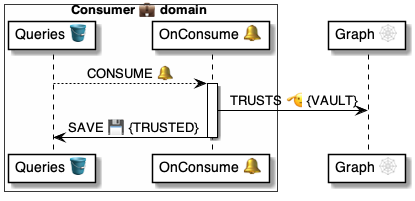
This is 4 ⚙️ Solution/41 🎭 Domain Roles/Consumers 💼/💼🪣 Consumer tables/Queries 🗄️ table/🪣🧱 21 Consume 🔔 event/💼 OnQueryConsume ⚙️ uml.png from pollyweb-org/pollyweb-docs, a PlantUML export, as it was before one commit. Its source is kept beside it as 4 ⚙️ Solution/41 🎭 Domain Roles/Consumers 💼/💼🪣 Consumer tables/Queries 🗄️ table/🪣🧱 21 Consume 🔔 event/💼 OnQueryConsume ⚙️ uml.puml. The source it was exported from:
```plantuml
@startuml OnQueryConsume

box Consumer 💼 domain #FFFFFA
    participant "Queries 🪣" as table
    participant "OnConsume 🔔" as handler
end box
participant "Graph 🕸" as graph

table --> handler: CONSUME 🔔

activate handler
    handler -> graph: TRUSTS 🫡 {VAULT}
    handler -> table: SAVE 💾 {TRUSTED}
deactivate handler

@enduml
```
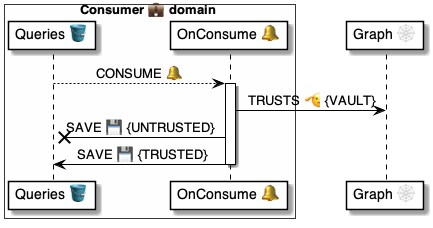
The same diagram one commit later.

What changed in the source:
```diff
@@ -10,6 +10,7 @@
 
 activate handler
     handler -> graph: TRUSTS 🫡 {VAULT}
+    handler -x table: SAVE 💾 {UNTRUSTED}
     handler -> table: SAVE 💾 {TRUSTED}
 deactivate handler
 
```
